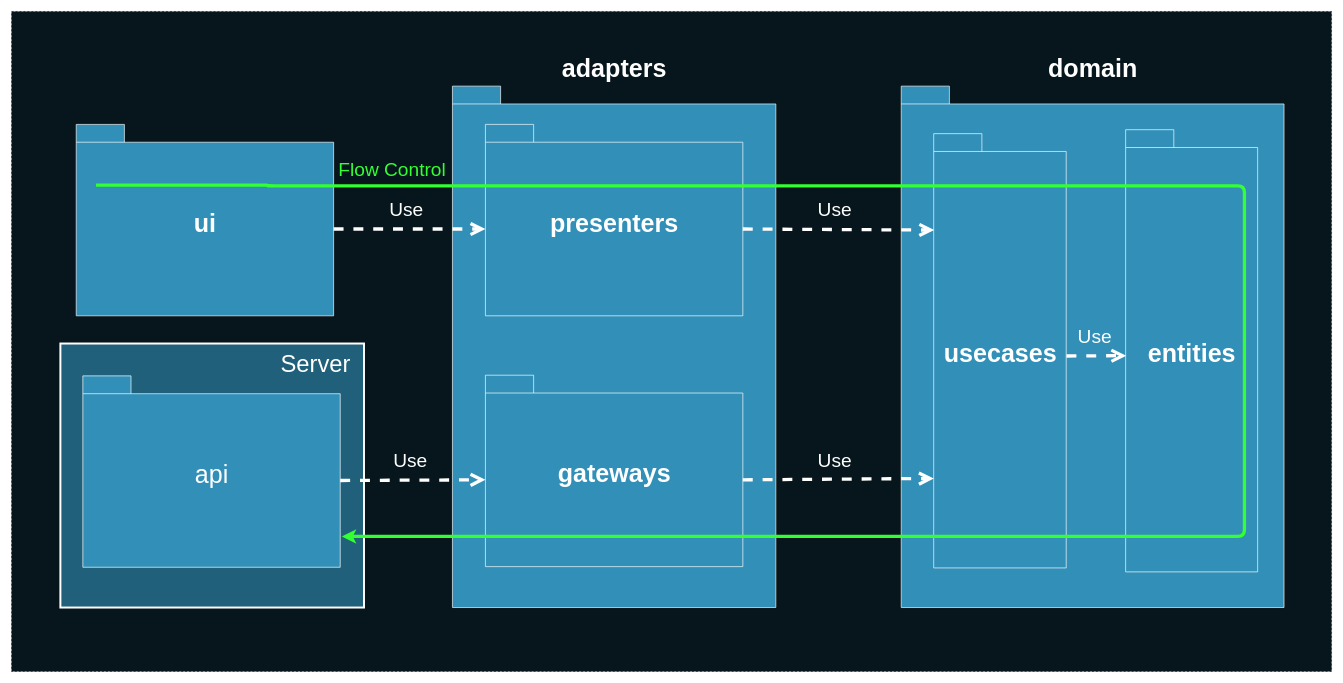
Before: deck/ru/diagrams/packagesDependenciesFlowControl.drawio in AlexanderLapygin/ca-react-rest-api-starter, a draw.io diagram. Source tidied: cells renumbered, new cells numbered last; positions are measured from the earlier drawing's top-left corner, leaving out a move shared by most shapes. Both pictures are drawn from the tidied source at 66%, with x=0, y=0 at pixel (11, 11).
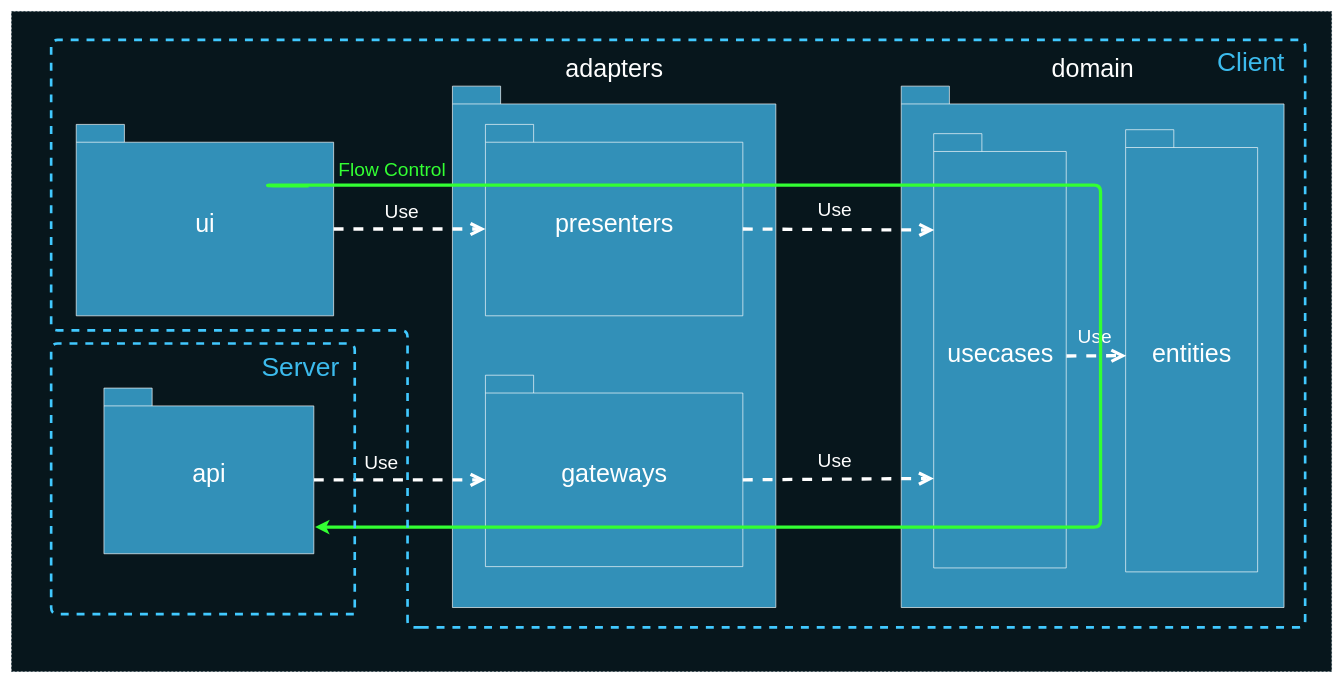
After the change.

The change refers to these unchanged cells:
```xml
<mxCell id="4" style="group;" parent="1" vertex="1">
  <mxGeometry x="668" y="113" width="490" height="790" as="geometry" />
</mxCell>
<mxCell id="8" style="group;" parent="1" vertex="1">
  <mxGeometry x="1348" y="113" width="580" height="790" as="geometry" />
</mxCell>
```

Change to the diagram source:
```diff
@@
-    <mxCell id="3" value="&lt;font color=&quot;#ffffff&quot; style=&quot;font-size: 38px&quot;&gt;ui&lt;/font&gt;" style="shape=folder;fontStyle=1;spacingTop=10;tabWidth=73;tabHeight=27;tabPosition=left;html=1;strokeColor=#FFFFFF;fillColor=#3290B8;" parent="1" vertex="1">
+    <mxCell id="3" value="&lt;font color=&quot;#ffffff&quot; style=&quot;font-size: 38px&quot;&gt;ui&lt;/font&gt;" style="shape=folder;fontStyle=0;spacingTop=10;tabWidth=73;tabHeight=27;tabPosition=left;html=1;strokeColor=#FFFFFF;fillColor=#3290B8;" parent="1" vertex="1">
       <mxGeometry x="98" y="171" width="390" height="290" as="geometry" />
     </mxCell>
@@
-    <mxCell id="5" value="&lt;font color=&quot;#ffffff&quot; style=&quot;font-size: 38px&quot;&gt;adapters&lt;/font&gt;" style="shape=folder;fontStyle=1;spacingTop=10;tabWidth=73;tabHeight=27;tabPosition=left;html=1;strokeColor=#FFFFFF;fillColor=#3290B8;labelPosition=center;verticalLabelPosition=top;align=center;verticalAlign=bottom;" parent="4" vertex="1">
+    <mxCell id="5" value="&lt;font color=&quot;#ffffff&quot; style=&quot;font-size: 38px&quot;&gt;adapters&lt;/font&gt;" style="shape=folder;fontStyle=0;spacingTop=10;tabWidth=73;tabHeight=27;tabPosition=left;html=1;strokeColor=#FFFFFF;fillColor=#3290B8;labelPosition=center;verticalLabelPosition=top;align=center;verticalAlign=bottom;" parent="4" vertex="1">
       <mxGeometry width="490" height="790" as="geometry" />
     </mxCell>
-    <mxCell id="6" value="&lt;font color=&quot;#ffffff&quot; style=&quot;font-size: 38px&quot;&gt;presenters&lt;/font&gt;" style="shape=folder;fontStyle=1;spacingTop=10;tabWidth=73;tabHeight=27;tabPosition=left;html=1;strokeColor=#FFFFFF;fillColor=#3290B8;" parent="4" vertex="1">
+    <mxCell id="6" value="&lt;font color=&quot;#ffffff&quot; style=&quot;font-size: 38px&quot;&gt;presenters&lt;/font&gt;" style="shape=folder;fontStyle=0;spacingTop=10;tabWidth=73;tabHeight=27;tabPosition=left;html=1;strokeColor=#FFFFFF;fillColor=#3290B8;" parent="4" vertex="1">
       <mxGeometry x="50" y="58" width="390" height="290" as="geometry" />
     </mxCell>
-    <mxCell id="7" value="&lt;font color=&quot;#ffffff&quot; style=&quot;font-size: 38px&quot;&gt;gateways&lt;/font&gt;" style="shape=folder;fontStyle=1;spacingTop=10;tabWidth=73;tabHeight=27;tabPosition=left;html=1;strokeColor=#FFFFFF;fillColor=#3290B8;" parent="4" vertex="1">
+    <mxCell id="7" value="&lt;font color=&quot;#ffffff&quot; style=&quot;font-size: 38px&quot;&gt;gateways&lt;/font&gt;" style="shape=folder;fontStyle=0;spacingTop=10;tabWidth=73;tabHeight=27;tabPosition=left;html=1;strokeColor=#FFFFFF;fillColor=#3290B8;" parent="4" vertex="1">
       <mxGeometry x="50" y="438" width="390" height="290" as="geometry" />
     </mxCell>
@@
-    <mxCell id="9" value="&lt;font color=&quot;#ffffff&quot; style=&quot;font-size: 38px&quot;&gt;domain&lt;/font&gt;" style="shape=folder;fontStyle=1;spacingTop=10;tabWidth=73;tabHeight=27;tabPosition=left;html=1;strokeColor=#FFFFFF;fillColor=#3290B8;labelPosition=center;verticalLabelPosition=top;align=center;verticalAlign=bottom;" parent="8" vertex="1">
+    <mxCell id="9" value="&lt;font color=&quot;#ffffff&quot; style=&quot;font-size: 38px&quot;&gt;domain&lt;/font&gt;" style="shape=folder;fontStyle=0;spacingTop=10;tabWidth=73;tabHeight=27;tabPosition=left;html=1;strokeColor=#FFFFFF;fillColor=#3290B8;labelPosition=center;verticalLabelPosition=top;align=center;verticalAlign=bottom;" parent="8" vertex="1">
       <mxGeometry width="580" height="790" as="geometry" />
     </mxCell>
-    <mxCell id="10" value="&lt;font color=&quot;#ffffff&quot; style=&quot;font-size: 38px&quot;&gt;entities&lt;/font&gt;" style="shape=folder;fontStyle=1;spacingTop=10;tabWidth=73;tabHeight=27;tabPosition=left;html=1;strokeColor=#FFFFFF;fillColor=#3290B8;" parent="8" vertex="1">
+    <mxCell id="10" value="&lt;font color=&quot;#ffffff&quot; style=&quot;font-size: 38px&quot;&gt;entities&lt;/font&gt;" style="shape=folder;fontStyle=0;spacingTop=10;tabWidth=73;tabHeight=27;tabPosition=left;html=1;strokeColor=#FFFFFF;fillColor=#3290B8;" parent="8" vertex="1">
       <mxGeometry x="340" y="66" width="200" height="670" as="geometry" />
     </mxCell>
-    <mxCell id="11" value="&lt;font color=&quot;#ffffff&quot; style=&quot;font-size: 38px&quot;&gt;usecases&lt;/font&gt;" style="shape=folder;fontStyle=1;spacingTop=10;tabWidth=73;tabHeight=27;tabPosition=left;html=1;strokeColor=#FFFFFF;fillColor=#3290B8;" parent="8" vertex="1">
+    <mxCell id="11" value="&lt;font color=&quot;#ffffff&quot; style=&quot;font-size: 38px&quot;&gt;usecases&lt;/font&gt;" style="shape=folder;fontStyle=0;spacingTop=10;tabWidth=73;tabHeight=27;tabPosition=left;html=1;strokeColor=#FFFFFF;fillColor=#3290B8;" parent="8" vertex="1">
       <mxGeometry x="49.2" y="72" width="200.8" height="658" as="geometry" />
     </mxCell>
@@
     <mxCell id="13" value="Use" style="endArrow=open;endSize=12;dashed=1;html=1;strokeColor=#FFFFFF;strokeWidth=5;fontSize=29;fontColor=#FFFFFF;entryX=0;entryY=0;entryDx=0;entryDy=158.5;entryPerimeter=0;exitX=0;exitY=0;exitDx=390;exitDy=158.5;exitPerimeter=0;labelBackgroundColor=none;" parent="1" edge="1" source="3" target="6">
-      <mxGeometry x="-0.04" y="29" relative="1" as="geometry" />
+      <mxGeometry x="-0.11" y="26" relative="1" as="geometry">
+        <mxPoint x="1" as="offset" />
+      </mxGeometry>
     </mxCell>
@@
-    <mxCell id="17" style="group;" parent="1" vertex="1">
-      <mxGeometry x="74" y="503" width="460" height="400" as="geometry" />
-    </mxCell>
-    <mxCell id="18" style="rounded=0;whiteSpace=wrap;html=1;strokeColor=#FFFFFF;strokeWidth=3;fillColor=#21607A;fontSize=23;fontColor=#FFFFFF;" parent="17" vertex="1">
-      <mxGeometry width="460" height="400" as="geometry" />
-    </mxCell>
-    <mxCell id="19" value="&lt;font color=&quot;#ffffff&quot; style=&quot;font-size: 38px ; font-weight: normal&quot;&gt;api&lt;/font&gt;" style="shape=folder;fontStyle=1;spacingTop=10;tabWidth=73;tabHeight=27;tabPosition=left;html=1;strokeColor=#FFFFFF;fillColor=#3290B8;" parent="17" vertex="1">
-      <mxGeometry x="34" y="49" width="390" height="290" as="geometry" />
-    </mxCell>
-    <mxCell id="20" value="Server" style="text;html=1;strokeColor=none;fillColor=none;align=center;verticalAlign=middle;whiteSpace=wrap;rounded=0;fontSize=36;fontColor=#FFFFFF;fontStyle=0;" parent="17" vertex="1">
-      <mxGeometry x="327" y="21" width="120" height="20" as="geometry" />
-    </mxCell>
     <mxCell id="21" style="edgeStyle=segmentEdgeStyle;endArrow=classic;html=1;labelBackgroundColor=none;strokeColor=#33FF33;strokeWidth=5;fontSize=29;fontColor=#FFFFFF;entryX=1.006;entryY=0.839;entryDx=0;entryDy=0;entryPerimeter=0;" parent="1" edge="1" target="19">
       <mxGeometry relative="1" as="geometry">
-        <mxPoint x="128" y="263" as="sourcePoint" />
+        <mxPoint x="450" y="264" as="sourcePoint" />
         <Array as="points">
-          <mxPoint x="388" y="263" />
           <mxPoint x="388" y="264" />
-          <mxPoint x="1868" y="264" />
-          <mxPoint x="1868" y="795" />
+          <mxPoint x="1650" y="263" />
+          <mxPoint x="1650" y="781" />
         </Array>
       </mxGeometry>
     </mxCell>
-    <mxCell id="22" value="Use" style="endArrow=open;endSize=12;dashed=1;html=1;strokeColor=#FFFFFF;strokeWidth=5;fontSize=29;fontColor=#FFFFFF;entryX=0;entryY=0;entryDx=0;entryDy=158.5;entryPerimeter=0;exitX=0;exitY=0;exitDx=390;exitDy=158.5;labelBackgroundColor=none;exitPerimeter=0;" parent="1" edge="1" source="19" target="7">
-      <mxGeometry x="-0.04" y="29" relative="1" as="geometry" />
+    <mxCell id="22" value="Use" style="endArrow=open;endSize=12;dashed=1;html=1;strokeColor=#FFFFFF;strokeWidth=5;fontSize=29;fontColor=#FFFFFF;entryX=0;entryY=0;entryDx=0;entryDy=158.5;entryPerimeter=0;exitX=0;exitY=0;exitDx=318;exitDy=139;labelBackgroundColor=none;exitPerimeter=0;" parent="1" edge="1" source="19" target="7">
+      <mxGeometry x="-0.22" y="27" relative="1" as="geometry">
+        <mxPoint x="1" y="1" as="offset" />
+      </mxGeometry>
     </mxCell>
+    <mxCell id="23" style="group;" parent="1" vertex="1">
+      <mxGeometry x="50" y="43" width="1934" height="890" as="geometry" />
+    </mxCell>
+    <mxCell id="24" style="group;" parent="23" vertex="1">
+      <mxGeometry x="10" width="1924" height="890" as="geometry" />
+    </mxCell>
+    <mxCell id="25" style="edgeStyle=segmentEdgeStyle;endArrow=none;html=1;strokeColor=#41C9FF;strokeWidth=4;endFill=0;dashed=1;" parent="24" edge="1">
+      <mxGeometry relative="1" as="geometry">
+        <mxPoint x="560" y="890" as="sourcePoint" />
+        <mxPoint x="560" y="890" as="targetPoint" />
+        <Array as="points">
+          <mxPoint x="1900" y="890" />
+          <mxPoint x="1900" />
+          <mxPoint />
+          <mxPoint y="440" />
+          <mxPoint x="540" y="440" />
+          <mxPoint x="540" y="890" />
+        </Array>
+      </mxGeometry>
+    </mxCell>
+    <mxCell id="26" value="Client" style="text;html=1;strokeColor=none;fillColor=none;align=center;verticalAlign=middle;whiteSpace=wrap;rounded=0;fontColor=#3CBBED;fontSize=40;" parent="24" vertex="1">
+      <mxGeometry x="1712" y="3" width="212" height="60" as="geometry" />
+    </mxCell>
+    <mxCell id="27" style="group;" parent="1" vertex="1">
+      <mxGeometry x="60" y="503" width="484" height="410" as="geometry" />
+    </mxCell>
+    <mxCell id="19" value="&lt;font color=&quot;#ffffff&quot; style=&quot;font-size: 38px;&quot;&gt;api&lt;/font&gt;" style="shape=folder;fontStyle=0;spacingTop=10;tabWidth=73;tabHeight=27;tabPosition=left;html=1;strokeColor=#FFFFFF;fillColor=#3290B8;" parent="27" vertex="1">
+      <mxGeometry x="80" y="67.5" width="318" height="251" as="geometry" />
+    </mxCell>
+    <mxCell id="28" style="group;" parent="27" vertex="1">
+      <mxGeometry width="484" height="410" as="geometry" />
+    </mxCell>
+    <mxCell id="29" style="edgeStyle=segmentEdgeStyle;endArrow=none;html=1;strokeColor=#41C9FF;strokeWidth=4;endFill=0;dashed=1;" parent="28" edge="1">
+      <mxGeometry relative="1" as="geometry">
+        <mxPoint x="460" y="400" as="sourcePoint" />
+        <mxPoint x="460" y="410" as="targetPoint" />
+        <Array as="points">
+          <mxPoint x="460" />
+          <mxPoint />
+          <mxPoint y="410" />
+          <mxPoint x="460" y="410" />
+        </Array>
+      </mxGeometry>
+    </mxCell>
+    <mxCell id="20" value="Server" style="text;html=1;strokeColor=none;fillColor=none;align=center;verticalAlign=middle;whiteSpace=wrap;rounded=0;fontColor=#3CBBED;fontSize=40;" parent="28" vertex="1">
+      <mxGeometry x="272" y="4.5" width="212" height="60" as="geometry" />
+    </mxCell>
```
